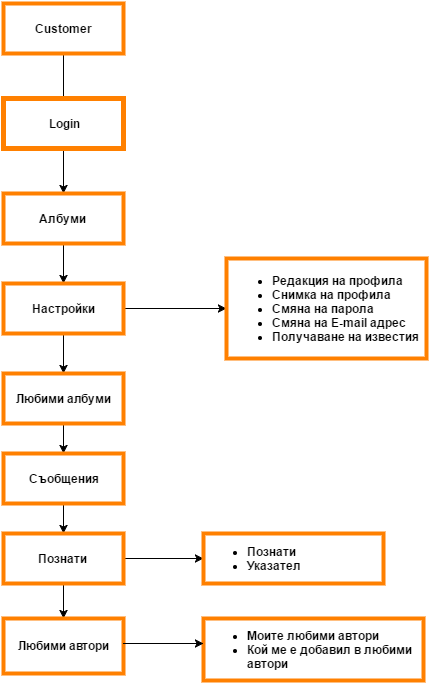
TeamVermatrixGoldenhide/SRS keeps this draw.io diagram as Untitled Diagram.png. Above is the earlier version. Source tidied: cells renumbered, new cells last; positions are measured from the earlier drawing's top-left corner, leaving out a move shared by most shapes. The source it was exported from:
```xml
<mxGraphModel background="#ffffff">
  <root>
    <mxCell id="0" />
    <mxCell id="1" parent="0" />
    <mxCell id="2" style="edgeStyle=orthogonalEdgeStyle;rounded=0;html=1;jettySize=auto;" parent="1" edge="1" source="3">
      <mxGeometry relative="1" as="geometry">
        <mxPoint x="60" y="120" as="targetPoint" />
      </mxGeometry>
    </mxCell>
    <mxCell id="3" value="Customer" style="whiteSpace=wrap;html=1;strokeWidth=4;strokeColor=#FF8000;fontStyle=1;" parent="1" vertex="1">
      <mxGeometry width="120" height="50" as="geometry" />
    </mxCell>
    <mxCell id="4" style="edgeStyle=orthogonalEdgeStyle;rounded=0;html=1;jettySize=auto;" parent="1" edge="1" source="5" target="7">
      <mxGeometry relative="1" as="geometry" />
    </mxCell>
    <mxCell id="5" value="Login" style="whiteSpace=wrap;html=1;strokeColor=#FF8000;strokeWidth=5;fontStyle=1;fontFamily=Helvetica;" parent="1" vertex="1">
      <mxGeometry y="95" width="120" height="50" as="geometry" />
    </mxCell>
    <mxCell id="6" style="edgeStyle=orthogonalEdgeStyle;rounded=0;html=1;jettySize=auto;" parent="1" edge="1" source="7" target="10">
      <mxGeometry relative="1" as="geometry" />
    </mxCell>
    <mxCell id="7" value="Албуми" style="whiteSpace=wrap;html=1;fontStyle=1;fillColor=#ffffff;strokeColor=#FF8000;strokeWidth=4;" parent="1" vertex="1">
      <mxGeometry y="190" width="120" height="50" as="geometry" />
    </mxCell>
    <mxCell id="8" style="edgeStyle=orthogonalEdgeStyle;rounded=0;html=1;jettySize=auto;" parent="1" edge="1" source="10" target="13">
      <mxGeometry relative="1" as="geometry" />
    </mxCell>
    <mxCell id="9" style="edgeStyle=orthogonalEdgeStyle;rounded=0;html=1;jettySize=auto;" parent="1" edge="1" source="10" target="11">
      <mxGeometry relative="1" as="geometry" />
    </mxCell>
    <mxCell id="10" value="Настройки" style="whiteSpace=wrap;html=1;fontStyle=1;strokeWidth=4;strokeColor=#FF8000;" parent="1" vertex="1">
      <mxGeometry y="280" width="120" height="50" as="geometry" />
    </mxCell>
    <mxCell id="11" value="&lt;ul&gt;&lt;li style=&quot;text-align: left&quot;&gt;&lt;span style=&quot;line-height: 1.2&quot;&gt;Редакция на профила&lt;/span&gt;&lt;br&gt;&lt;/li&gt;&lt;li style=&quot;text-align: left&quot;&gt;&lt;span style=&quot;line-height: 1.2&quot;&gt;Снимка на профила&lt;/span&gt;&lt;/li&gt;&lt;li style=&quot;text-align: left&quot;&gt;&lt;span style=&quot;line-height: 1.2&quot;&gt;Смяна на парола&lt;/span&gt;&lt;/li&gt;&lt;li style=&quot;text-align: left&quot;&gt;&lt;span style=&quot;line-height: 1.2&quot;&gt;Смяна на E-mail адрес&lt;/span&gt;&lt;/li&gt;&lt;li style=&quot;text-align: left&quot;&gt;&lt;span style=&quot;line-height: 1.2&quot;&gt;Получаване на известия&lt;/span&gt;&lt;/li&gt;&lt;/ul&gt;" style="whiteSpace=wrap;html=1;fontStyle=1;fillColor=#ffffff;strokeColor=#FF8000;strokeWidth=4;" parent="1" vertex="1">
      <mxGeometry x="223" y="255" width="200" height="100" as="geometry" />
    </mxCell>
    <mxCell id="12" style="edgeStyle=orthogonalEdgeStyle;rounded=0;html=1;jettySize=auto;" parent="1" edge="1" source="13" target="15">
      <mxGeometry relative="1" as="geometry" />
    </mxCell>
    <mxCell id="13" value="Любими албуми" style="whiteSpace=wrap;html=1;fontStyle=1;strokeWidth=4;strokeColor=#FF8000;" parent="1" vertex="1">
      <mxGeometry y="370" width="120" height="50" as="geometry" />
    </mxCell>
    <mxCell id="14" style="edgeStyle=orthogonalEdgeStyle;rounded=0;html=1;jettySize=auto;" parent="1" edge="1" source="15" target="18">
      <mxGeometry relative="1" as="geometry" />
    </mxCell>
    <mxCell id="15" value="Съобщения" style="whiteSpace=wrap;html=1;fontStyle=1;strokeWidth=4;strokeColor=#FF8000;" parent="1" vertex="1">
      <mxGeometry y="450" width="120" height="50" as="geometry" />
    </mxCell>
    <mxCell id="16" style="edgeStyle=orthogonalEdgeStyle;rounded=0;html=1;jettySize=auto;" parent="1" edge="1" source="18" target="20">
      <mxGeometry relative="1" as="geometry" />
    </mxCell>
    <mxCell id="17" style="edgeStyle=orthogonalEdgeStyle;rounded=0;html=1;jettySize=auto;" parent="1" edge="1" source="18" target="19">
      <mxGeometry relative="1" as="geometry" />
    </mxCell>
    <mxCell id="18" value="Познати" style="whiteSpace=wrap;html=1;fontStyle=1;strokeWidth=4;strokeColor=#FF8000;" parent="1" vertex="1">
      <mxGeometry y="530" width="120" height="50" as="geometry" />
    </mxCell>
    <mxCell id="19" value="&lt;ul&gt;&lt;li style=&quot;text-align: left&quot;&gt;&lt;span style=&quot;line-height: 1.2&quot;&gt;Познати&lt;/span&gt;&lt;br&gt;&lt;/li&gt;&lt;li style=&quot;text-align: left&quot;&gt;&lt;span style=&quot;line-height: 1.2&quot;&gt;Указател&lt;/span&gt;&lt;/li&gt;&lt;/ul&gt;" style="whiteSpace=wrap;html=1;fontStyle=1;strokeWidth=4;strokeColor=#FF8000;align=left;" parent="1" vertex="1">
      <mxGeometry x="200" y="530" width="180" height="50" as="geometry" />
    </mxCell>
    <mxCell id="20" value="Любими автори" style="whiteSpace=wrap;html=1;fontStyle=1;strokeWidth=4;strokeColor=#FF8000;" parent="1" vertex="1">
      <mxGeometry y="615" width="120" height="55" as="geometry" />
    </mxCell>
    <mxCell id="21" value="&lt;ul&gt;&lt;li&gt;&lt;span style=&quot;line-height: 1.2&quot;&gt;Моите любими автори&lt;/span&gt;&lt;br&gt;&lt;/li&gt;&lt;li&gt;&lt;span style=&quot;line-height: 1.2&quot;&gt;Кой ме е добавил в любими автори&lt;/span&gt;&lt;br&gt;&lt;/li&gt;&lt;/ul&gt;" style="whiteSpace=wrap;html=1;fontStyle=1;strokeWidth=4;strokeColor=#FF8000;align=left;" parent="1" vertex="1">
      <mxGeometry x="200" y="615" width="220" height="62" as="geometry" />
    </mxCell>
    <mxCell id="22" style="edgeStyle=orthogonalEdgeStyle;rounded=0;html=1;jettySize=auto;orthogonalLoop=1;" parent="1" edge="1">
      <mxGeometry x="310" y="670" as="geometry">
        <mxPoint x="120" y="640" as="sourcePoint" />
        <mxPoint x="200" y="640" as="targetPoint" />
        <Array as="points">
          <mxPoint x="150" y="640" />
          <mxPoint x="150" y="640" />
        </Array>
      </mxGeometry>
    </mxCell>
  </root>
</mxGraphModel>
```
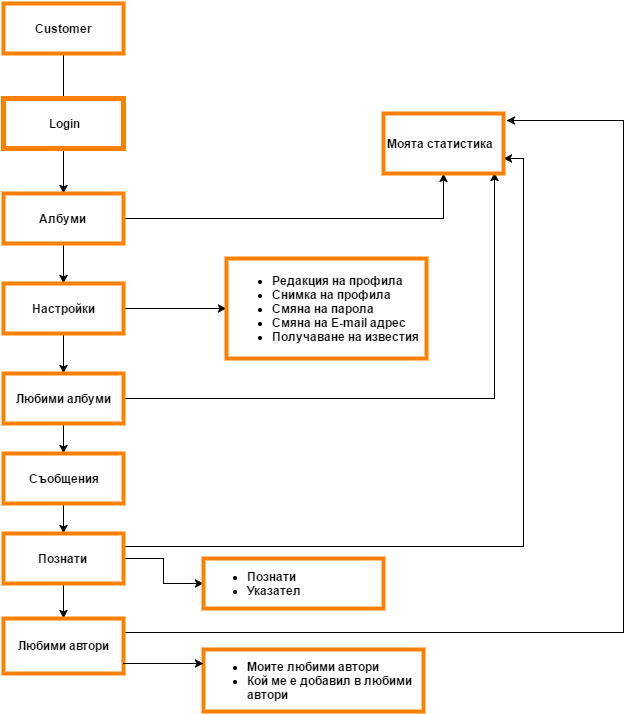
After the change.

Commit message:
More detailed Flow Chart

Diff of the diagram source:
```diff
@@ -19,6 +19,9 @@
     <mxCell id="6" style="edgeStyle=orthogonalEdgeStyle;rounded=0;html=1;jettySize=auto;" parent="1" edge="1" source="7" target="10">
       <mxGeometry relative="1" as="geometry" />
     </mxCell>
+    <mxCell id="23" style="edgeStyle=orthogonalEdgeStyle;rounded=0;html=1;entryX=0.5;entryY=1;jettySize=auto;fontFamily=Helvetica;" parent="1" edge="1" source="7" target="27">
+      <mxGeometry relative="1" as="geometry" />
+    </mxCell>
     <mxCell id="7" value="Албуми" style="whiteSpace=wrap;html=1;fontStyle=1;fillColor=#ffffff;strokeColor=#FF8000;strokeWidth=4;" parent="1" vertex="1">
       <mxGeometry y="190" width="120" height="50" as="geometry" />
     </mxCell>
@@ -37,6 +40,9 @@
     <mxCell id="12" style="edgeStyle=orthogonalEdgeStyle;rounded=0;html=1;jettySize=auto;" parent="1" edge="1" source="13" target="15">
       <mxGeometry relative="1" as="geometry" />
     </mxCell>
+    <mxCell id="24" style="edgeStyle=orthogonalEdgeStyle;rounded=0;html=1;entryX=0.925;entryY=0.983;entryPerimeter=0;jettySize=auto;fontFamily=Helvetica;" parent="1" edge="1" source="13" target="27">
+      <mxGeometry relative="1" as="geometry" />
+    </mxCell>
     <mxCell id="13" value="Любими албуми" style="whiteSpace=wrap;html=1;fontStyle=1;strokeWidth=4;strokeColor=#FF8000;" parent="1" vertex="1">
       <mxGeometry y="370" width="120" height="50" as="geometry" />
     </mxCell>
@@ -52,27 +58,46 @@
     <mxCell id="17" style="edgeStyle=orthogonalEdgeStyle;rounded=0;html=1;jettySize=auto;" parent="1" edge="1" source="18" target="19">
       <mxGeometry relative="1" as="geometry" />
     </mxCell>
+    <mxCell id="25" style="edgeStyle=orthogonalEdgeStyle;rounded=0;html=1;exitX=1;exitY=0.25;jettySize=auto;fontFamily=Helvetica;entryX=1;entryY=0.75;" parent="1" edge="1" source="18" target="27">
+      <mxGeometry relative="1" as="geometry">
+        <Array as="points">
+          <mxPoint x="520" y="543" />
+          <mxPoint x="520" y="155" />
+        </Array>
+      </mxGeometry>
+    </mxCell>
     <mxCell id="18" value="Познати" style="whiteSpace=wrap;html=1;fontStyle=1;strokeWidth=4;strokeColor=#FF8000;" parent="1" vertex="1">
       <mxGeometry y="530" width="120" height="50" as="geometry" />
     </mxCell>
     <mxCell id="19" value="&lt;ul&gt;&lt;li style=&quot;text-align: left&quot;&gt;&lt;span style=&quot;line-height: 1.2&quot;&gt;Познати&lt;/span&gt;&lt;br&gt;&lt;/li&gt;&lt;li style=&quot;text-align: left&quot;&gt;&lt;span style=&quot;line-height: 1.2&quot;&gt;Указател&lt;/span&gt;&lt;/li&gt;&lt;/ul&gt;" style="whiteSpace=wrap;html=1;fontStyle=1;strokeWidth=4;strokeColor=#FF8000;align=left;" parent="1" vertex="1">
-      <mxGeometry x="200" y="530" width="180" height="50" as="geometry" />
+      <mxGeometry x="200" y="555" width="180" height="50" as="geometry" />
     </mxCell>
+    <mxCell id="26" style="edgeStyle=orthogonalEdgeStyle;rounded=0;html=1;exitX=1;exitY=0.25;jettySize=auto;fontFamily=Helvetica;entryX=1.025;entryY=0.117;entryPerimeter=0;" parent="1" edge="1" source="20" target="27">
+      <mxGeometry relative="1" as="geometry">
+        <Array as="points">
+          <mxPoint x="620" y="629" />
+          <mxPoint x="620" y="117" />
+        </Array>
+      </mxGeometry>
+    </mxCell>
     <mxCell id="20" value="Любими автори" style="whiteSpace=wrap;html=1;fontStyle=1;strokeWidth=4;strokeColor=#FF8000;" parent="1" vertex="1">
       <mxGeometry y="615" width="120" height="55" as="geometry" />
     </mxCell>
     <mxCell id="21" value="&lt;ul&gt;&lt;li&gt;&lt;span style=&quot;line-height: 1.2&quot;&gt;Моите любими автори&lt;/span&gt;&lt;br&gt;&lt;/li&gt;&lt;li&gt;&lt;span style=&quot;line-height: 1.2&quot;&gt;Кой ме е добавил в любими автори&lt;/span&gt;&lt;br&gt;&lt;/li&gt;&lt;/ul&gt;" style="whiteSpace=wrap;html=1;fontStyle=1;strokeWidth=4;strokeColor=#FF8000;align=left;" parent="1" vertex="1">
-      <mxGeometry x="200" y="615" width="220" height="62" as="geometry" />
+      <mxGeometry x="200" y="646" width="220" height="62" as="geometry" />
     </mxCell>
     <mxCell id="22" style="edgeStyle=orthogonalEdgeStyle;rounded=0;html=1;jettySize=auto;orthogonalLoop=1;" parent="1" edge="1">
-      <mxGeometry x="310" y="670" as="geometry">
-        <mxPoint x="120" y="640" as="sourcePoint" />
-        <mxPoint x="200" y="640" as="targetPoint" />
+      <mxGeometry x="310" y="690" as="geometry">
+        <mxPoint x="120" y="660" as="sourcePoint" />
+        <mxPoint x="200" y="660" as="targetPoint" />
         <Array as="points">
-          <mxPoint x="150" y="640" />
-          <mxPoint x="150" y="640" />
+          <mxPoint x="150" y="660" />
+          <mxPoint x="150" y="660" />
         </Array>
       </mxGeometry>
     </mxCell>
+    <mxCell id="27" value="Моята статистика" style="whiteSpace=wrap;html=1;strokeColor=#FF8000;strokeWidth=4;fontFamily=Helvetica;align=left;fontStyle=1;" parent="1" vertex="1">
+      <mxGeometry x="380" y="110" width="120" height="60" as="geometry" />
+    </mxCell>
   </root>
 </mxGraphModel>
```
